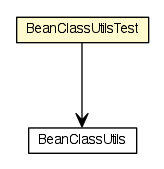
Above: testapidocs/org/dayatang/utils/BeanClassUtilsTest.png in dayatang/dddlib (Graphviz), before the change. Its source is kept beside it as testapidocs/org/dayatang/utils/BeanClassUtilsTest.dot. The source it was exported from:
```dot

digraph G {
	edge [fontname="Helvetica",fontsize=10,labelfontname="Helvetica",labelfontsize=10];
	node [fontname="Helvetica",fontsize=10,shape=plaintext];
	nodesep=0.25;
	ranksep=0.5;
	c14875 [label=<<table title="org.dayatang.utils.BeanClassUtilsTest" border="0" cellborder="1" cellspacing="0" cellpadding="2" port="p" bgcolor="lemonChiffon" href="./BeanClassUtilsTest.html">
		<tr><td><table border="0" cellspacing="0" cellpadding="1">
<tr><td align="center" balign="center"> BeanClassUtilsTest </td></tr>
		</table></td></tr>
		</table>>, URL="./BeanClassUtilsTest.html", fontname="Helvetica", fontcolor="black", fontsize=10.0];
	c14875:p -> c15059:p [taillabel="", label=" "headlabel="", fontname="Helvetica", fontcolor="black", fontsize=10.0, color="black", arrowhead=open];
	c15059 [label=<<table title="org.dayatang.utils.BeanClassUtils" border="0" cellborder="1" cellspacing="0" cellpadding="2" port="p" href="http://java.sun.com/j2se/1.4.2/docs/api/org/dayatang/utils/BeanClassUtils.html">
		<tr><td><table border="0" cellspacing="0" cellpadding="1">
<tr><td align="center" balign="center"> BeanClassUtils </td></tr>
		</table></td></tr>
		</table>>, URL="http://java.sun.com/j2se/1.4.2/docs/api/org/dayatang/utils/BeanClassUtils.html", fontname="Helvetica", fontcolor="black", fontsize=10.0];
}
```
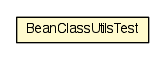
After the commit.

Diff of the diagram source:
```diff
@@ -4,15 +4,9 @@
 	node [fontname="Helvetica",fontsize=10,shape=plaintext];
 	nodesep=0.25;
 	ranksep=0.5;
-	c14875 [label=<<table title="org.dayatang.utils.BeanClassUtilsTest" border="0" cellborder="1" cellspacing="0" cellpadding="2" port="p" bgcolor="lemonChiffon" href="./BeanClassUtilsTest.html">
+	c14659 [label=<<table title="org.dayatang.utils.BeanClassUtilsTest" border="0" cellborder="1" cellspacing="0" cellpadding="2" port="p" bgcolor="lemonChiffon" href="./BeanClassUtilsTest.html">
 		<tr><td><table border="0" cellspacing="0" cellpadding="1">
 <tr><td align="center" balign="center"> BeanClassUtilsTest </td></tr>
 		</table></td></tr>
 		</table>>, URL="./BeanClassUtilsTest.html", fontname="Helvetica", fontcolor="black", fontsize=10.0];
-	c14875:p -> c15059:p [taillabel="", label=" "headlabel="", fontname="Helvetica", fontcolor="black", fontsize=10.0, color="black", arrowhead=open];
-	c15059 [label=<<table title="org.dayatang.utils.BeanClassUtils" border="0" cellborder="1" cellspacing="0" cellpadding="2" port="p" href="http://java.sun.com/j2se/1.4.2/docs/api/org/dayatang/utils/BeanClassUtils.html">
-		<tr><td><table border="0" cellspacing="0" cellpadding="1">
-<tr><td align="center" balign="center"> BeanClassUtils </td></tr>
-		</table></td></tr>
-		</table>>, URL="http://java.sun.com/j2se/1.4.2/docs/api/org/dayatang/utils/BeanClassUtils.html", fontname="Helvetica", fontcolor="black", fontsize=10.0];
 }
```
